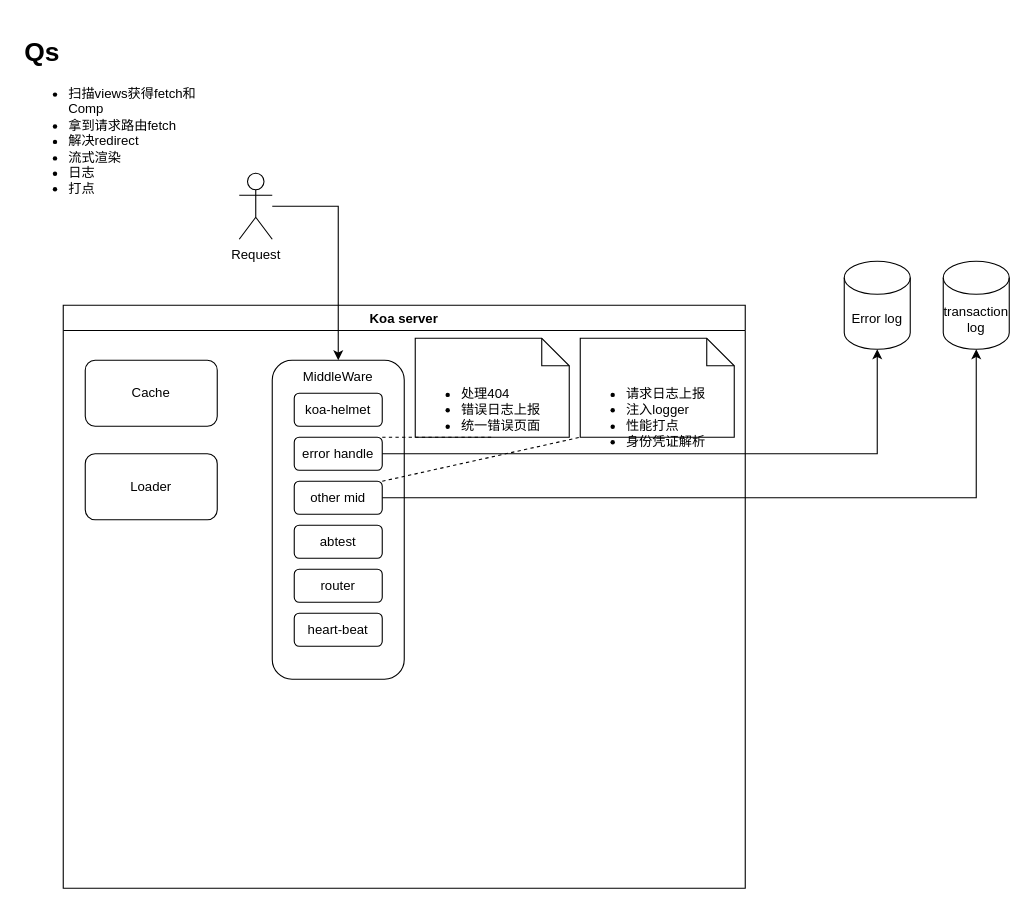
Before: ssr/Untitled Diagram.drawio in liaoyeguo/diagrams-repo, a draw.io diagram. Source tidied: cells renumbered, new cells numbered last; positions are measured from the earlier drawing's top-left corner, leaving out a move shared by most shapes. Both pictures are drawn from the tidied source at 110%, with x=0, y=0 at pixel (19, 30).
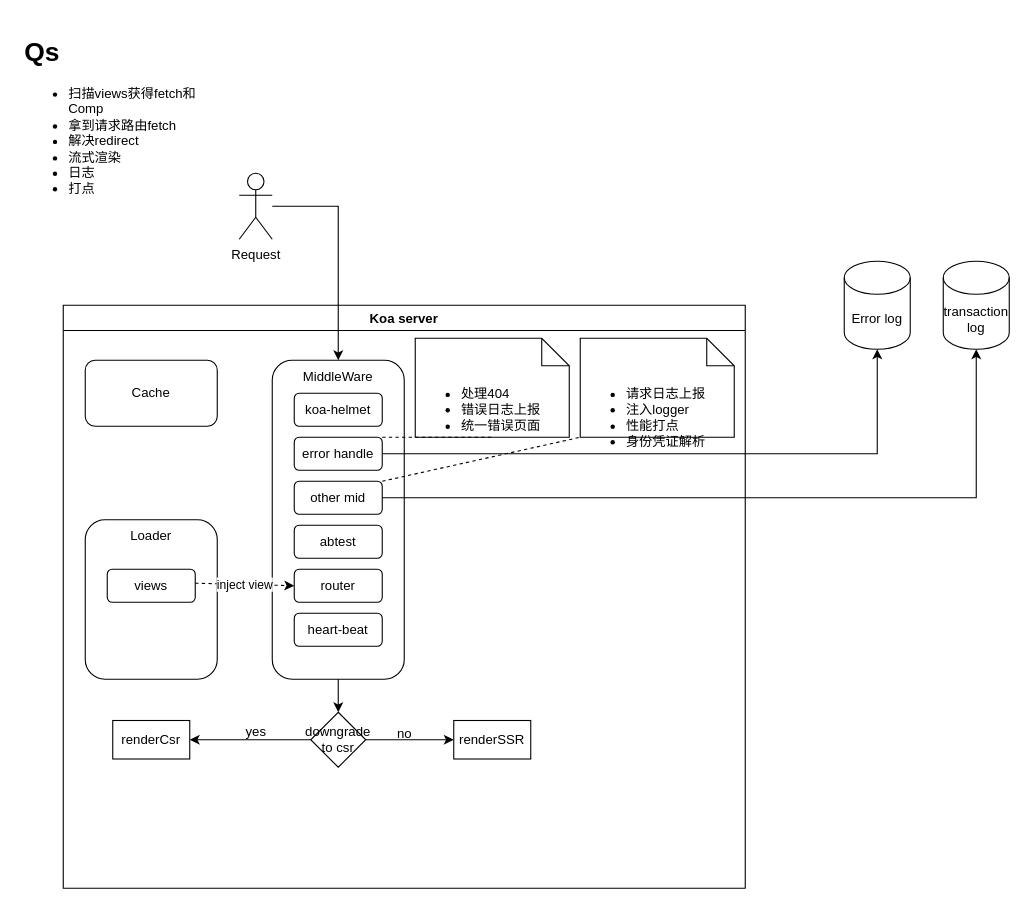
Above is the later version.

The change refers to these unchanged cells:
```xml
<mxCell id="2" value="Koa server" style="swimlane;" parent="1" vertex="1">
  <mxGeometry x="40" y="250" width="620" height="530" as="geometry" />
</mxCell>
<mxCell id="5" style="rounded=1;whiteSpace=wrap;html=1;" parent="4" vertex="1">
  <mxGeometry width="120" height="290" as="geometry" />
</mxCell>
<mxCell id="11" value="router" style="rounded=1;whiteSpace=wrap;html=1;" parent="4" vertex="1">
  <mxGeometry x="20" y="190" width="80" height="30" as="geometry" />
</mxCell>
```

Change to the diagram source:
```diff
@@
+    <mxCell id="25" style="group;" parent="2" vertex="1">
+      <mxGeometry x="20" y="195" width="120" height="145" as="geometry" />
+    </mxCell>
-    <mxCell id="17" value="Loader" style="rounded=1;whiteSpace=wrap;html=1;" parent="2" vertex="1">
-      <mxGeometry x="20" y="135" width="120" height="60" as="geometry" />
+    <mxCell id="17" style="rounded=1;whiteSpace=wrap;html=1;" parent="25" vertex="1">
+      <mxGeometry width="120" height="145" as="geometry" />
     </mxCell>
+    <mxCell id="26" value="Loader" style="text;html=1;strokeColor=none;fillColor=none;align=center;verticalAlign=middle;whiteSpace=wrap;rounded=0;" parent="25" vertex="1">
+      <mxGeometry x="30" width="60" height="30" as="geometry" />
+    </mxCell>
+    <mxCell id="27" value="views" style="rounded=1;whiteSpace=wrap;html=1;" parent="25" vertex="1">
+      <mxGeometry x="20" y="45" width="80" height="30" as="geometry" />
+    </mxCell>
+    <mxCell id="28" style="endArrow=classic;html=1;rounded=0;dashed=1;exitX=1;exitY=0.422;exitDx=0;exitDy=0;exitPerimeter=0;entryX=0;entryY=0.5;entryDx=0;entryDy=0;" parent="2" edge="1" source="27" target="11">
+      <mxGeometry relative="1" as="geometry" />
+    </mxCell>
+    <mxCell id="29" value="inject view" style="edgeLabel;html=1;align=center;verticalAlign=middle;" parent="28" vertex="1">
+      <mxGeometry relative="1" as="geometry" />
+    </mxCell>
+    <mxCell id="30" style="edgeStyle=orthogonalEdgeStyle;rounded=0;jettySize=auto;html=1;exitX=1;exitY=0.5;exitDx=0;exitDy=0;entryX=0;entryY=0.5;entryDx=0;entryDy=0;" parent="2" edge="1" source="31" target="34">
+      <mxGeometry relative="1" as="geometry" />
+    </mxCell>
+    <mxCell id="31" value="downgrade to csr" style="rhombus;whiteSpace=wrap;html=1;labelBackgroundColor=none;" parent="2" vertex="1">
+      <mxGeometry x="225" y="370" width="50" height="50" as="geometry" />
+    </mxCell>
+    <mxCell id="32" style="edgeStyle=orthogonalEdgeStyle;rounded=0;jettySize=auto;html=1;exitX=0.5;exitY=1;exitDx=0;exitDy=0;entryX=0.5;entryY=0;entryDx=0;entryDy=0;" parent="2" edge="1" source="5" target="31">
+      <mxGeometry relative="1" as="geometry" />
+    </mxCell>
+    <mxCell id="33" value="renderCsr" style="rounded=0;whiteSpace=wrap;html=1;labelBackgroundColor=none;" parent="2" vertex="1">
+      <mxGeometry x="45" y="377.5" width="70" height="35" as="geometry" />
+    </mxCell>
+    <mxCell id="34" value="renderSSR" style="rounded=0;whiteSpace=wrap;html=1;labelBackgroundColor=none;" parent="2" vertex="1">
+      <mxGeometry x="355" y="377.5" width="70" height="35" as="geometry" />
+    </mxCell>
+    <mxCell id="35" style="group;" parent="2" vertex="1">
+      <mxGeometry x="160" y="377.5" width="30" height="20" as="geometry" />
+    </mxCell>
+    <mxCell id="36" style="edgeStyle=orthogonalEdgeStyle;rounded=0;jettySize=auto;html=1;entryX=1;entryY=0.5;entryDx=0;entryDy=0;" parent="35" edge="1" source="31" target="33">
+      <mxGeometry relative="1" as="geometry" />
+    </mxCell>
+    <mxCell id="37" value="yes" style="text;html=1;align=center;verticalAlign=middle;strokeColor=none;fillColor=none;" parent="35" vertex="1">
+      <mxGeometry width="30" height="20" as="geometry" />
+    </mxCell>
@@
+    <mxCell id="38" value="no" style="text;html=1;align=center;verticalAlign=middle;strokeColor=none;fillColor=none;" parent="1" vertex="1">
+      <mxGeometry x="335" y="630" width="30" height="20" as="geometry" />
+    </mxCell>
```
